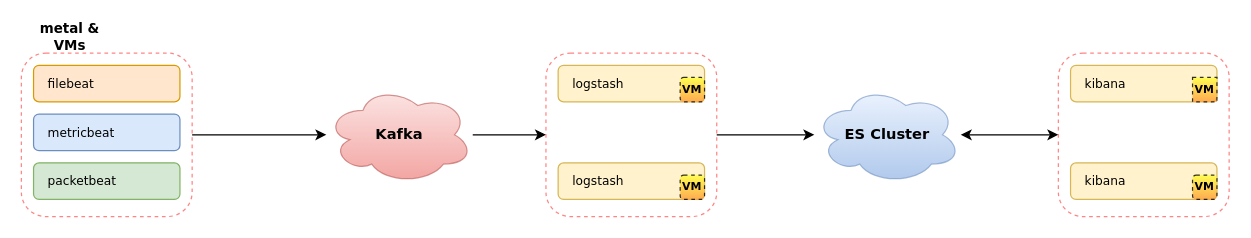
Before: belk_kafka.drawio in slmingol/diagram_assets, a draw.io diagram. Source tidied: cells renumbered, new cells numbered last; positions are measured from the earlier drawing's top-left corner, leaving out a move shared by most shapes. Both pictures are drawn from the tidied source at 122%, with x=0, y=0 at pixel (21, 24).
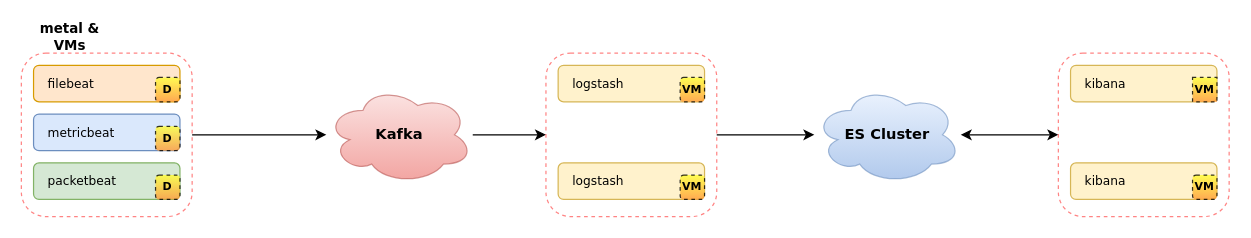
After the change.

The change refers to these unchanged cells:
```xml
<mxCell id="4" style="group;" parent="1" vertex="1">
  <mxGeometry y="23" width="140" height="134" as="geometry" />
</mxCell>
```

The edit, as a diff of the source:
```diff
@@
+    <mxCell id="28" value="D" style="rounded=1;whiteSpace=wrap;html=1;fontSize=9;fontStyle=1;gradientColor=#FF9933;fillColor=#FFFF33;fontFamily=Verdana;dashed=1;opacity=80;" parent="4" vertex="1">
+      <mxGeometry x="110" y="20" width="20" height="20" as="geometry" />
+    </mxCell>
+    <mxCell id="29" value="D" style="rounded=1;whiteSpace=wrap;html=1;fontSize=9;fontStyle=1;gradientColor=#FF9933;fillColor=#FFFF33;fontFamily=Verdana;dashed=1;opacity=80;" parent="4" vertex="1">
+      <mxGeometry x="110" y="60" width="20" height="20" as="geometry" />
+    </mxCell>
+    <mxCell id="30" value="D" style="rounded=1;whiteSpace=wrap;html=1;fontSize=9;fontStyle=1;gradientColor=#FF9933;fillColor=#FFFF33;fontFamily=Verdana;dashed=1;opacity=80;" parent="4" vertex="1">
+      <mxGeometry x="110" y="100" width="20" height="20" as="geometry" />
+    </mxCell>
```
